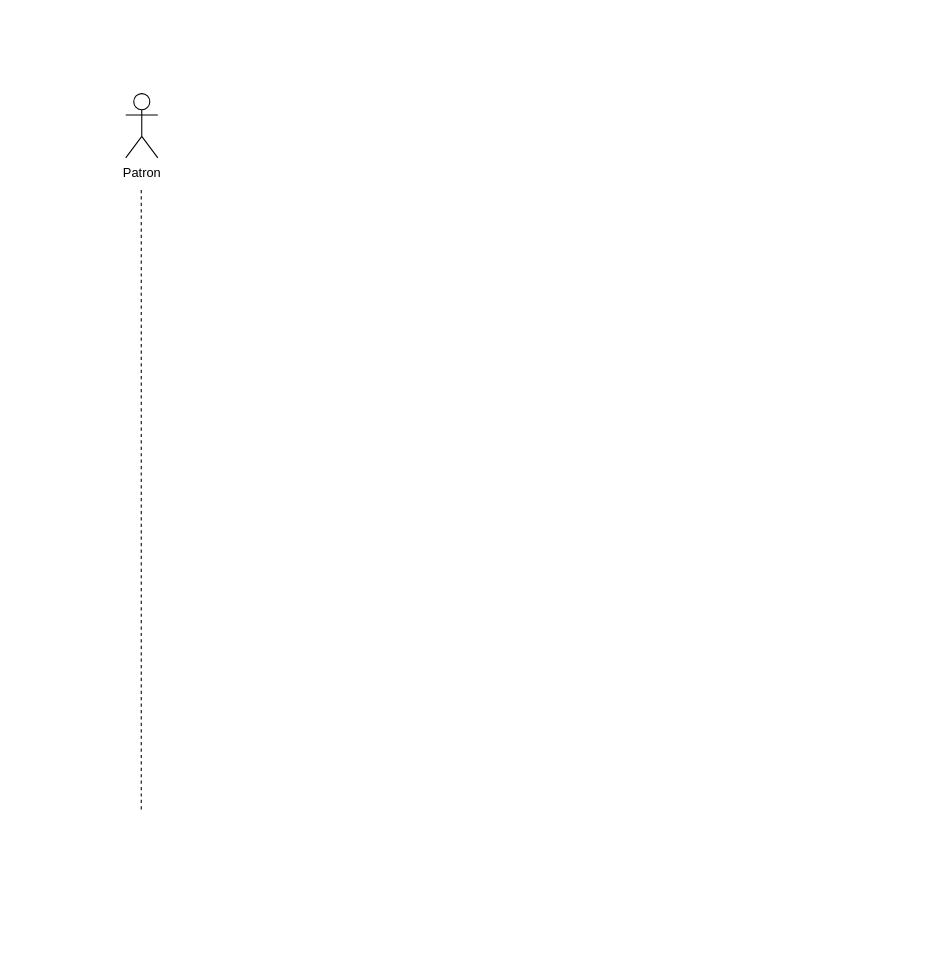
GRMiguelAngel/ETS keeps this draw.io diagram as Diagrama de secuencia/DS-cajero_automatico.drawio. Above is the earlier version. Source tidied: cells renumbered, new cells numbered last; positions are measured from the earlier drawing's top-left corner, leaving out a move shared by most shapes. Both pictures are drawn from the tidied source at 107%, with x=0, y=0 at pixel (125, 93).
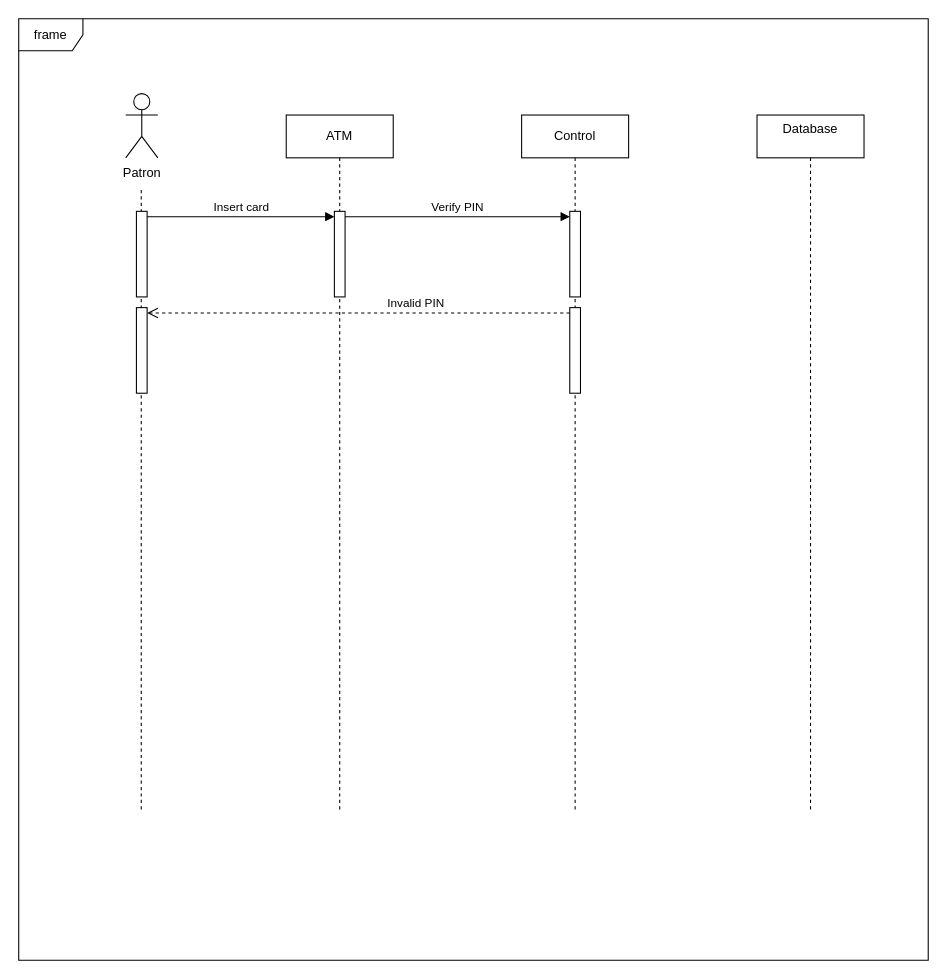
The same diagram, later.

The edit, as a diff of the source:
```diff
@@
 <mxGraphModel>
   <root>
     <mxCell id="0" />
     <mxCell id="1" parent="0" />
     <mxCell id="2" style="edgeStyle=orthogonalEdgeStyle;rounded=0;orthogonalLoop=1;jettySize=auto;html=1;dashed=1;endArrow=none;endFill=0;" parent="1" edge="1">
       <mxGeometry relative="1" as="geometry">
         <mxPoint x="14.5" y="90" as="sourcePoint" />
         <mxPoint x="14.5" y="670" as="targetPoint" />
       </mxGeometry>
     </mxCell>
     <mxCell id="3" value="Patron" style="shape=umlActor;verticalLabelPosition=bottom;verticalAlign=top;html=1;" parent="1" vertex="1">
       <mxGeometry width="30" height="60" as="geometry" />
     </mxCell>
+    <mxCell id="4" value="ATM" style="shape=umlLifeline;perimeter=lifelinePerimeter;whiteSpace=wrap;html=1;newEdgeStyle={&quot;curved&quot;:0,&quot;rounded&quot;:0};" parent="1" vertex="1">
+      <mxGeometry x="150" y="20" width="100" height="650" as="geometry" />
+    </mxCell>
+    <mxCell id="5" value="Control" style="shape=umlLifeline;perimeter=lifelinePerimeter;whiteSpace=wrap;html=1;newEdgeStyle={&quot;curved&quot;:0,&quot;rounded&quot;:0};" parent="1" vertex="1">
+      <mxGeometry x="370" y="20" width="100" height="650" as="geometry" />
+    </mxCell>
+    <mxCell id="6" value="&lt;div&gt;Database&lt;/div&gt;&lt;div&gt;&lt;br&gt;&lt;/div&gt;" style="shape=umlLifeline;perimeter=lifelinePerimeter;whiteSpace=wrap;html=1;newEdgeStyle={&quot;curved&quot;:0,&quot;rounded&quot;:0};" parent="1" vertex="1">
+      <mxGeometry x="590" y="20" width="100" height="650" as="geometry" />
+    </mxCell>
+    <mxCell id="7" style="html=1;points=[[0,0,0,0,5],[0,1,0,0,-5],[1,0,0,0,5],[1,1,0,0,-5]];perimeter=orthogonalPerimeter;outlineConnect=0;targetShapes=umlLifeline;portConstraint=eastwest;newEdgeStyle={&quot;curved&quot;:0,&quot;rounded&quot;:0};" parent="1" vertex="1">
+      <mxGeometry x="10" y="110" width="10" height="80" as="geometry" />
+    </mxCell>
+    <mxCell id="8" value="frame" style="shape=umlFrame;whiteSpace=wrap;html=1;" parent="1" vertex="1">
+      <mxGeometry x="-100" y="-70" width="850" height="880" as="geometry" />
+    </mxCell>
+    <mxCell id="9" style="html=1;points=[[0,0,0,0,5],[0,1,0,0,-5],[1,0,0,0,5],[1,1,0,0,-5]];perimeter=orthogonalPerimeter;outlineConnect=0;targetShapes=umlLifeline;portConstraint=eastwest;newEdgeStyle={&quot;curved&quot;:0,&quot;rounded&quot;:0};" parent="1" vertex="1">
+      <mxGeometry x="195" y="110" width="10" height="80" as="geometry" />
+    </mxCell>
+    <mxCell id="10" value="Insert card" style="html=1;verticalAlign=bottom;endArrow=block;curved=0;rounded=0;entryX=0;entryY=0;entryDx=0;entryDy=5;entryPerimeter=0;" parent="1" edge="1" source="7" target="9">
+      <mxGeometry relative="1" as="geometry" />
+    </mxCell>
+    <mxCell id="11" style="html=1;points=[[0,0,0,0,5],[0,1,0,0,-5],[1,0,0,0,5],[1,1,0,0,-5]];perimeter=orthogonalPerimeter;outlineConnect=0;targetShapes=umlLifeline;portConstraint=eastwest;newEdgeStyle={&quot;curved&quot;:0,&quot;rounded&quot;:0};" parent="1" vertex="1">
+      <mxGeometry x="415" y="110" width="10" height="80" as="geometry" />
+    </mxCell>
+    <mxCell id="12" value="Verify PIN" style="html=1;verticalAlign=bottom;endArrow=block;curved=0;rounded=0;entryX=0;entryY=0;entryDx=0;entryDy=5;entryPerimeter=0;exitX=1;exitY=0;exitDx=0;exitDy=5;exitPerimeter=0;" parent="1" edge="1" source="9" target="11">
+      <mxGeometry relative="1" as="geometry" />
+    </mxCell>
+    <mxCell id="13" style="html=1;points=[[0,0,0,0,5],[0,1,0,0,-5],[1,0,0,0,5],[1,1,0,0,-5]];perimeter=orthogonalPerimeter;outlineConnect=0;targetShapes=umlLifeline;portConstraint=eastwest;newEdgeStyle={&quot;curved&quot;:0,&quot;rounded&quot;:0};" parent="1" vertex="1">
+      <mxGeometry x="415" y="200" width="10" height="80" as="geometry" />
+    </mxCell>
+    <mxCell id="14" style="html=1;points=[[0,0,0,0,5],[0,1,0,0,-5],[1,0,0,0,5],[1,1,0,0,-5]];perimeter=orthogonalPerimeter;outlineConnect=0;targetShapes=umlLifeline;portConstraint=eastwest;newEdgeStyle={&quot;curved&quot;:0,&quot;rounded&quot;:0};" parent="1" vertex="1">
+      <mxGeometry x="10" y="200" width="10" height="80" as="geometry" />
+    </mxCell>
+    <mxCell id="15" value="Invalid PIN" style="html=1;verticalAlign=bottom;endArrow=open;dashed=1;endSize=8;curved=0;rounded=0;exitX=0;exitY=0;exitDx=0;exitDy=5;exitPerimeter=0;entryX=1;entryY=0;entryDx=0;entryDy=5;entryPerimeter=0;" parent="1" edge="1" source="13" target="14">
+      <mxGeometry x="-0.27" relative="1" as="geometry" />
+    </mxCell>
   </root>
 </mxGraphModel>
```
